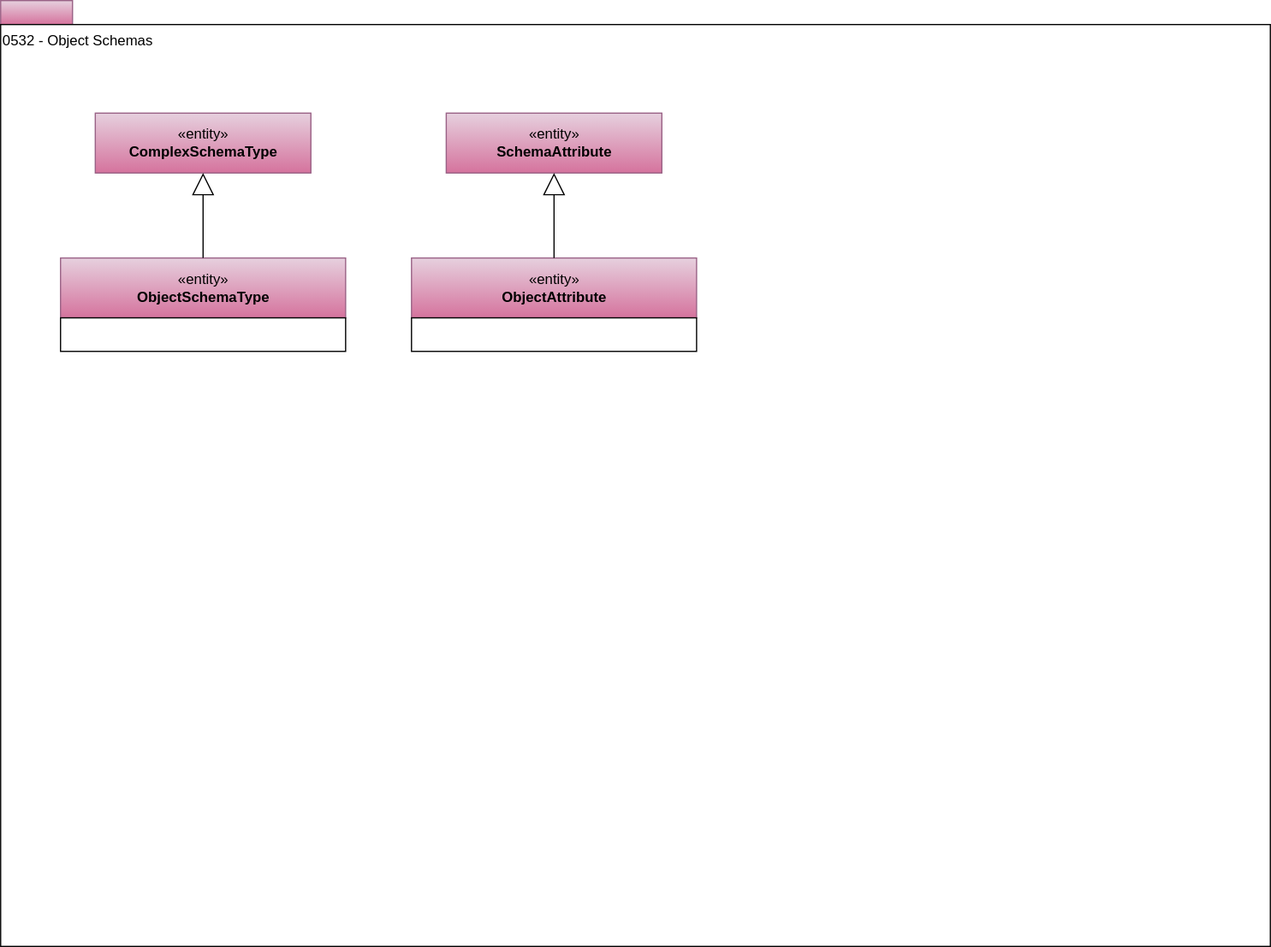
This is site/docs/types/5/0532-Object-Schemas.svg from odpi/egeria-docs, a draw.io export, as it was before one commit. Source tidied: cells renumbered, new cells last; positions are measured from the earlier drawing's top-left corner, leaving out a move shared by most shapes. Its diagram source:
```xml
<mxGraphModel>
  <root>
    <mxCell id="0" />
    <mxCell id="1" parent="0" />
    <mxCell id="2" style="rounded=0;whiteSpace=wrap;html=1;align=left;fillColor=#e6d0de;strokeColor=#996185;gradientColor=#d5739d;" parent="1" vertex="1">
      <mxGeometry width="60" height="20" as="geometry" />
    </mxCell>
    <mxCell id="3" value="0532 - Object Schemas" style="rounded=0;whiteSpace=wrap;html=1;align=left;verticalAlign=top;" parent="1" vertex="1">
      <mxGeometry y="20" width="1060" height="770" as="geometry" />
    </mxCell>
    <mxCell id="4" value="«entity»&lt;br&gt;&lt;b&gt;ComplexSchemaType&lt;/b&gt;" style="html=1;strokeColor=#996185;align=center;fillColor=#e6d0de;gradientColor=#d5739d;" parent="1" vertex="1">
      <mxGeometry x="79" y="94" width="180" height="50" as="geometry" />
    </mxCell>
    <mxCell id="5" value="«entity»&lt;br&gt;&lt;b&gt;SchemaAttribute&lt;/b&gt;" style="html=1;strokeColor=#996185;align=center;fillColor=#e6d0de;gradientColor=#d5739d;" parent="1" vertex="1">
      <mxGeometry x="372" y="94" width="180" height="50" as="geometry" />
    </mxCell>
    <mxCell id="6" style="group;" parent="1" vertex="1">
      <mxGeometry x="50" y="215" width="238" height="78" as="geometry" />
    </mxCell>
    <mxCell id="7" value="«entity»&lt;br&gt;&lt;b&gt;ObjectSchemaType&lt;/b&gt;" style="html=1;strokeColor=#996185;align=center;fillColor=#e6d0de;gradientColor=#d5739d;" parent="6" vertex="1">
      <mxGeometry width="238" height="50" as="geometry" />
    </mxCell>
    <mxCell id="8" style="rounded=0;whiteSpace=wrap;html=1;strokeColor=#000000;gradientColor=#ffffff;align=left;" parent="6" vertex="1">
      <mxGeometry y="50" width="238" height="28" as="geometry" />
    </mxCell>
    <mxCell id="9" style="group;" parent="1" vertex="1">
      <mxGeometry x="343" y="215" width="238" height="78" as="geometry" />
    </mxCell>
    <mxCell id="10" value="«entity»&lt;br&gt;&lt;b&gt;ObjectAttribute&lt;/b&gt;" style="html=1;strokeColor=#996185;align=center;fillColor=#e6d0de;gradientColor=#d5739d;" parent="9" vertex="1">
      <mxGeometry width="238" height="50" as="geometry" />
    </mxCell>
    <mxCell id="11" style="rounded=0;whiteSpace=wrap;html=1;strokeColor=#000000;gradientColor=#ffffff;align=left;" parent="9" vertex="1">
      <mxGeometry y="50" width="238" height="28" as="geometry" />
    </mxCell>
    <mxCell id="12" style="edgeStyle=orthogonalEdgeStyle;rounded=0;jettySize=auto;html=1;exitX=0.5;exitY=0;exitDx=0;exitDy=0;entryX=0.5;entryY=1;entryDx=0;entryDy=0;startSize=6;endArrow=block;endFill=0;endSize=16;" parent="1" edge="1" source="7" target="4">
      <mxGeometry relative="1" as="geometry" />
    </mxCell>
    <mxCell id="13" style="edgeStyle=orthogonalEdgeStyle;rounded=0;jettySize=auto;html=1;exitX=0.5;exitY=0;exitDx=0;exitDy=0;entryX=0.5;entryY=1;entryDx=0;entryDy=0;startSize=6;endArrow=block;endFill=0;endSize=16;" parent="1" edge="1" source="10" target="5">
      <mxGeometry relative="1" as="geometry" />
    </mxCell>
  </root>
</mxGraphModel>
```
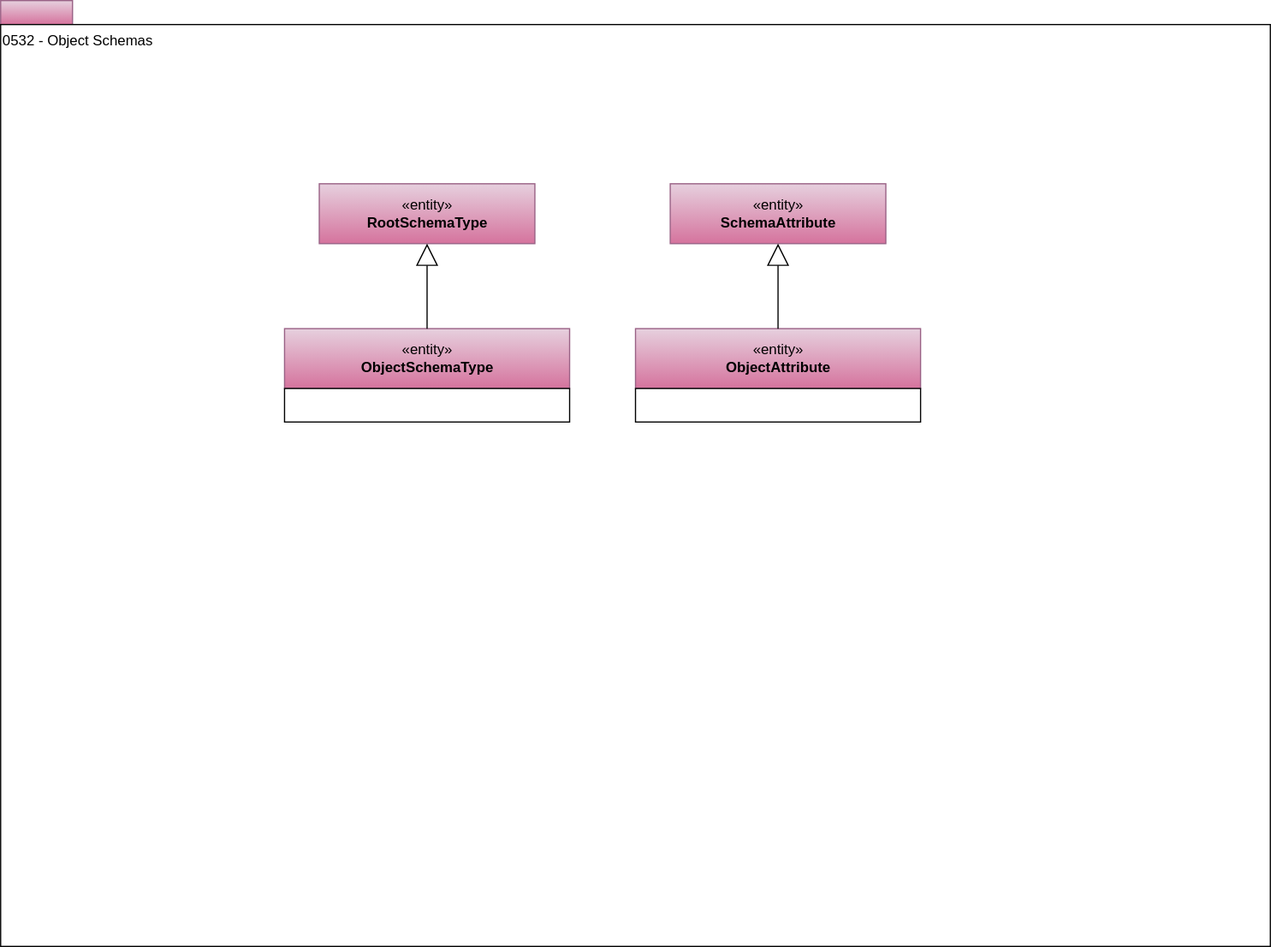
Above is the later version.

Change to the diagram source:
```diff
@@ -3,12 +3,12 @@
     <mxCell id="0" />
     <mxCell id="1" parent="0" />
     <mxCell id="2" style="rounded=0;whiteSpace=wrap;html=1;align=left;fillColor=#e6d0de;strokeColor=#996185;gradientColor=#d5739d;" parent="1" vertex="1">
-      <mxGeometry width="60" height="20" as="geometry" />
+      <mxGeometry x="-187" y="-59" width="60" height="20" as="geometry" />
     </mxCell>
     <mxCell id="3" value="0532 - Object Schemas" style="rounded=0;whiteSpace=wrap;html=1;align=left;verticalAlign=top;" parent="1" vertex="1">
-      <mxGeometry y="20" width="1060" height="770" as="geometry" />
+      <mxGeometry x="-187" y="-39" width="1060" height="770" as="geometry" />
     </mxCell>
-    <mxCell id="4" value="«entity»&lt;br&gt;&lt;b&gt;ComplexSchemaType&lt;/b&gt;" style="html=1;strokeColor=#996185;align=center;fillColor=#e6d0de;gradientColor=#d5739d;" parent="1" vertex="1">
+    <mxCell id="4" value="«entity»&lt;br&gt;&lt;b&gt;RootSchemaType&lt;/b&gt;" style="html=1;strokeColor=#996185;align=center;fillColor=#e6d0de;gradientColor=#d5739d;" parent="1" vertex="1">
       <mxGeometry x="79" y="94" width="180" height="50" as="geometry" />
     </mxCell>
     <mxCell id="5" value="«entity»&lt;br&gt;&lt;b&gt;SchemaAttribute&lt;/b&gt;" style="html=1;strokeColor=#996185;align=center;fillColor=#e6d0de;gradientColor=#d5739d;" parent="1" vertex="1">
```
